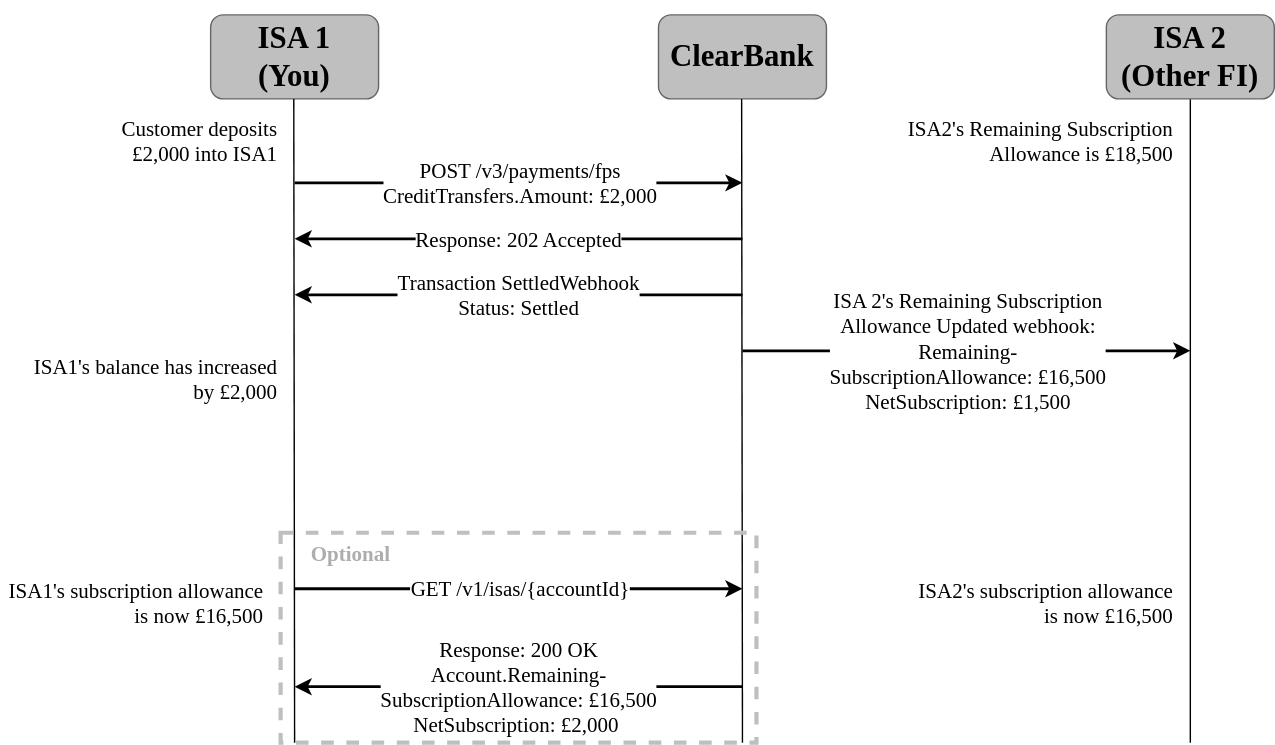
Before: static/assets/images/cash-isa-subscription-updated.svg, a diagram exported from draw.io (clearbank/clearbank.github.io). Source tidied: cells renumbered, new cells last; positions are measured from the earlier drawing's top-left corner, leaving out a move shared by most shapes.
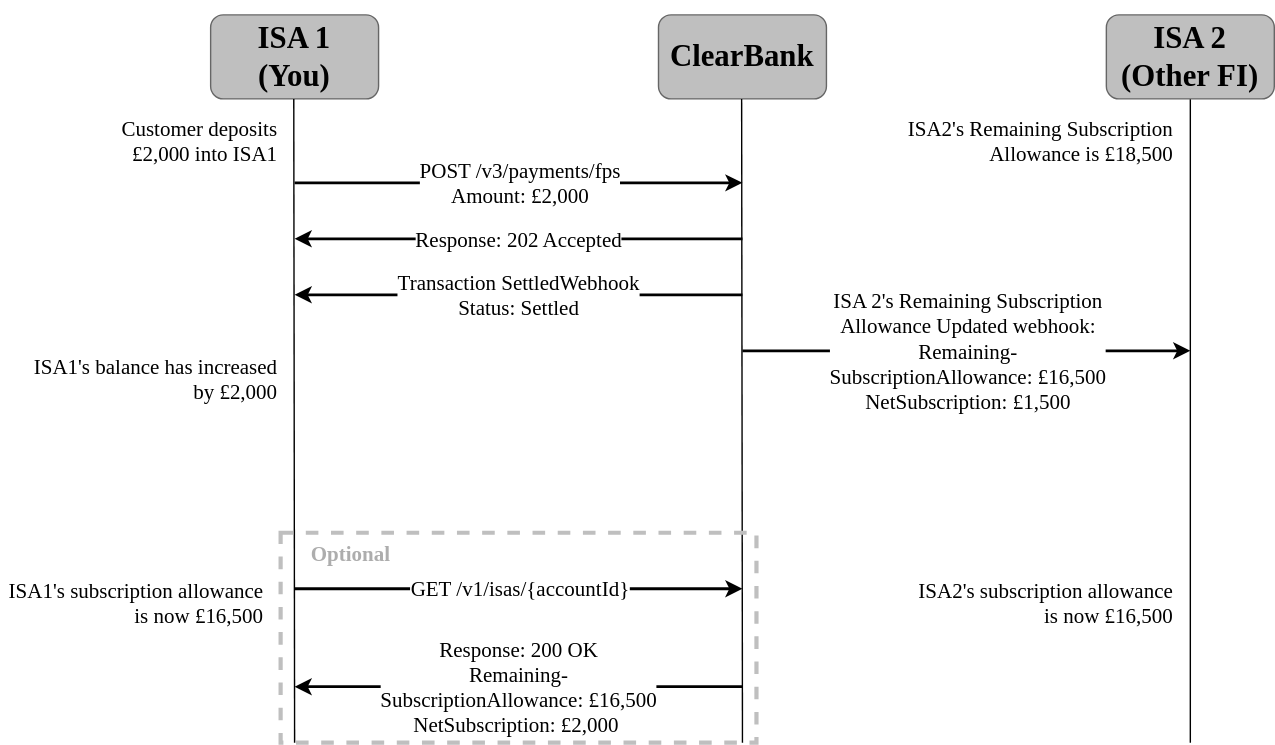
The same diagram one commit later.

Commit message:
remove object ref to field for readability

What changed in the source:
```diff
@@ -23,7 +23,7 @@
         <mxPoint x="530" y="130" as="targetPoint" />
       </mxGeometry>
     </mxCell>
-    <mxCell id="6" value="POST /v3/payments/fps&lt;div style=&quot;font-size: 15px;&quot;&gt;CreditTransfers.Amount: £2,000&lt;/div&gt;" style="edgeLabel;html=1;align=center;verticalAlign=middle;fontFamily=Clear Sans Text;fontSize=15;" parent="5" vertex="1">
+    <mxCell id="6" value="POST /v3/payments/fps&lt;div style=&quot;font-size: 15px;&quot;&gt;Amount: £2,000&lt;/div&gt;" style="edgeLabel;html=1;align=center;verticalAlign=middle;fontFamily=Clear Sans Text;fontSize=15;" parent="5" vertex="1">
       <mxGeometry x="0.09" y="-1" relative="1" as="geometry">
         <mxPoint x="-14" y="-1" as="offset" />
       </mxGeometry>
@@ -116,7 +116,7 @@
         <mxPoint x="210" y="490" as="targetPoint" />
       </mxGeometry>
     </mxCell>
-    <mxCell id="26" value="Response: 200 OK&lt;br&gt;Account.Remaining-&lt;br&gt;SubscriptionAllowance: £16,500&lt;br&gt;NetSubscription: £2,000&amp;nbsp;" style="edgeLabel;html=1;align=center;verticalAlign=middle;fontFamily=Clear Sans Text;fontSize=15;" parent="25" vertex="1">
+    <mxCell id="26" value="Response: 200 OK&lt;br&gt;Remaining-&lt;br&gt;SubscriptionAllowance: £16,500&lt;br&gt;NetSubscription: £2,000&amp;nbsp;" style="edgeLabel;html=1;align=center;verticalAlign=middle;fontFamily=Clear Sans Text;fontSize=15;" parent="25" vertex="1">
       <mxGeometry x="0.09" y="-1" relative="1" as="geometry">
         <mxPoint x="14" y="1" as="offset" />
       </mxGeometry>
```
